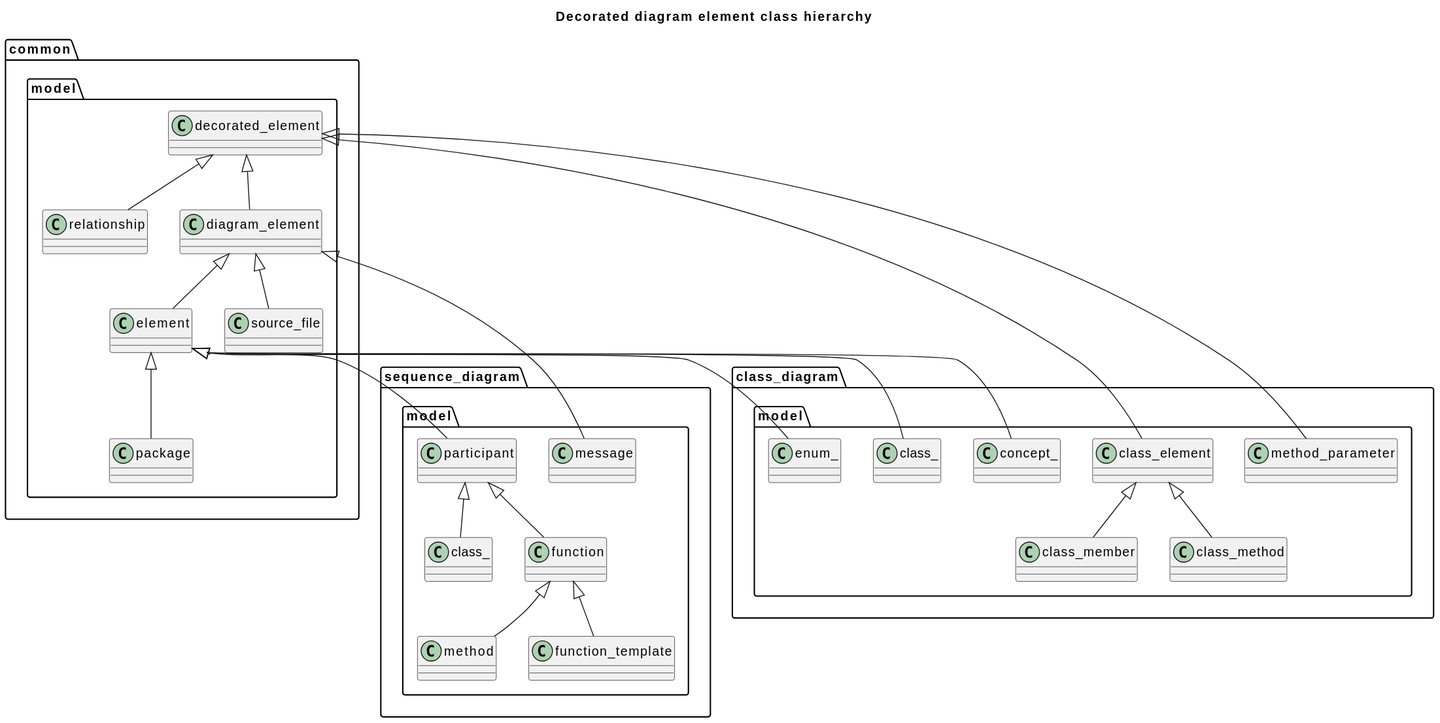
Before: clang-uml/diagrams/decorated_element_hierarchy_class.svg, a diagram exported from PlantUML (bkryza/clang-uml-examples).
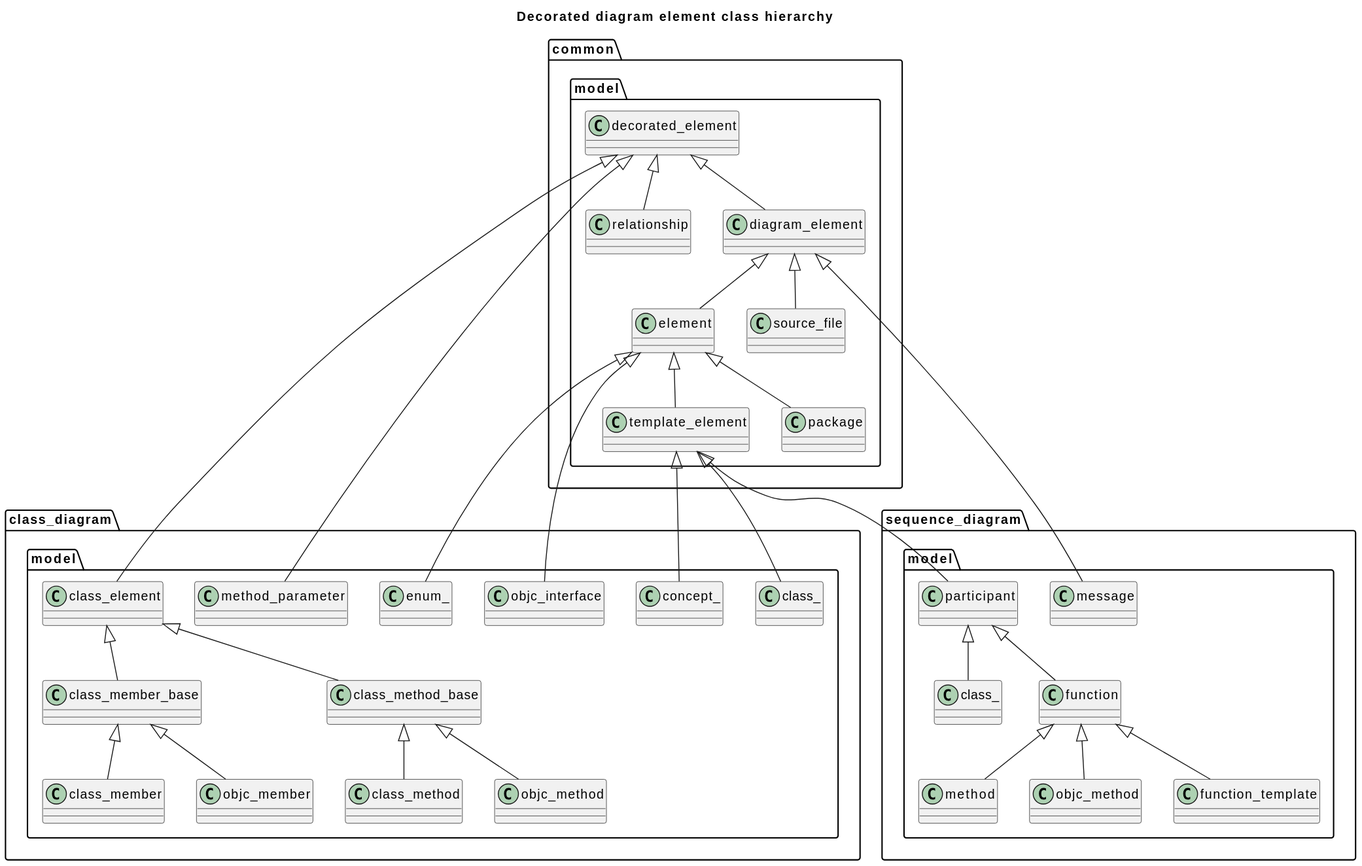
Above is the later version.

Change to the diagram source:
```diff
@@ -1,110 +1,145 @@
 @startuml
 title Decorated diagram element class hierarchy
-package [common] as C_0000316605034920222648 {
-package [model] as C_0000083721806430512831 {
-class "decorated_element" as C_0001117102382624673118
-class C_0001117102382624673118 [[classclanguml_1_1common_1_1model_1_1decorated__element.html{Base class for decorated diagram elements}]] {
+package [common] as C_0002532840279361781187 {
+package [model] as C_0000669774451444102653 {
+class "decorated_element" as C_0008936819060997384951
+class C_0008936819060997384951 [[classclanguml_1_1common_1_1model_1_1decorated__element.html{Base class for decorated diagram elements}]] {
 __
 }
-class "relationship" as C_0002046336758797367926
-class C_0002046336758797367926 [[classclanguml_1_1common_1_1model_1_1relationship.html{Class representing any relationship other than inheritance}]] {
+class "relationship" as C_0016370694070378943411
+class C_0016370694070378943411 [[classclanguml_1_1common_1_1model_1_1relationship.html{Class representing any relationship other than inheritance}]] {
 __
 }
-class "diagram_element" as C_0001073500714379115414
-class C_0001073500714379115414 [[classclanguml_1_1common_1_1model_1_1diagram__element.html{Base class for standalone diagram elements.}]] {
+class "diagram_element" as C_0008588005715032923314
+class C_0008588005715032923314 [[classclanguml_1_1common_1_1model_1_1diagram__element.html{Base class for standalone diagram elements.}]] {
 __
 }
-class "element" as C_0002069520381434407937
-class C_0002069520381434407937 [[classclanguml_1_1common_1_1model_1_1element.html{Base class for any element qualified by namespace.}]] {
+class "element" as C_0016556163051475263500
+class C_0016556163051475263500 [[classclanguml_1_1common_1_1model_1_1element.html{Base class for any element qualified by namespace.}]] {
 __
 }
-class "source_file" as C_0000785714713072053129
-class C_0000785714713072053129 [[classclanguml_1_1common_1_1model_1_1source__file.html{Diagram element representing some file or directory.}]] {
+class "template_element" as C_0013384831159811298387
+class C_0013384831159811298387 [[classclanguml_1_1common_1_1model_1_1template__element.html{Base class for any element qualified by namespace.}]] {
 __
 }
-class "package" as C_0002143286684830686854
-class C_0002143286684830686854 [[classclanguml_1_1common_1_1model_1_1package.html{Diagram element representing namespace or directory package}]] {
+class "source_file" as C_0006285717704576425038
+class C_0006285717704576425038 [[classclanguml_1_1common_1_1model_1_1source__file.html{Diagram element representing some file or directory.}]] {
+__
+}
+class "package" as C_0017146293478645494837
+class C_0017146293478645494837 [[classclanguml_1_1common_1_1model_1_1package.html{Diagram element representing namespace or directory package}]] {
 __
 }
 }
 }
-package [class_diagram] as C_0002240167036201725606 {
-package [model] as C_0000897124234964432620 {
-class "class_element" as C_0000605866861866358037
-class C_0000605866861866358037 [[classclanguml_1_1class__diagram_1_1model_1_1class__element.html{Base class for class elements (e.g. member or method).}]] {
+package [class_diagram] as C_0017921336289613804855 {
+package [model] as C_0007176993879715460962 {
+class "class_element" as C_0004846934894930864299
+class C_0004846934894930864299 [[classclanguml_1_1class__diagram_1_1model_1_1class__element.html{Base class for class elements (e.g. member or method).}]] {
 __
 }
-class "class_member" as C_0001796282762108527255
-class C_0001796282762108527255 [[classclanguml_1_1class__diagram_1_1model_1_1class__member.html{Class member model.}]] {
+class "class_member_base" as C_0014241292626575163322
+class C_0014241292626575163322 [[classclanguml_1_1class__diagram_1_1model_1_1class__member__base.html{Generic class member model.}]] {
 __
 }
-class "method_parameter" as C_0000605669033368926050
-class C_0000605669033368926050 [[classclanguml_1_1class__diagram_1_1model_1_1method__parameter.html{Model of a method parameter.}]] {
+class "class_member" as C_0014370262096868218046
+class C_0014370262096868218046 [[classclanguml_1_1class__diagram_1_1model_1_1class__member.html{Class member model.}]] {
 __
 }
-class "class_method" as C_0000204145716468348671
-class C_0000204145716468348671 [[classclanguml_1_1class__diagram_1_1model_1_1class__method.html{Class method model.}]] {
+class "method_parameter" as C_0004845352266951408403
+class C_0004845352266951408403 [[classclanguml_1_1class__diagram_1_1model_1_1method__parameter.html{Model of a method parameter.}]] {
 __
 }
-class "class_" as C_0001292034357466653182
-class C_0001292034357466653182 [[classclanguml_1_1class__diagram_1_1model_1_1class__.html{Diagram element representing a class or class template.}]] {
+class "class_method_base" as C_0018032026899693266441
+class C_0018032026899693266441 [[classclanguml_1_1class__diagram_1_1model_1_1class__method__base.html{Class method model.}]] {
 __
 }
-class "enum_" as C_0000724392977093650506
-class C_0000724392977093650506 [[classclanguml_1_1class__diagram_1_1model_1_1enum__.html{enum_}]] {
+class "class_method" as C_0001633165731746789371
+class C_0001633165731746789371 [[classclanguml_1_1class__diagram_1_1model_1_1class__method.html{Class method model.}]] {
 __
 }
-class "concept_" as C_0001374849051752224500
-class C_0001374849051752224500 [[classclanguml_1_1class__diagram_1_1model_1_1concept__.html{Model of C++ concept.}]] {
+class "class_" as C_0010336274859733225462
+class C_0010336274859733225462 [[classclanguml_1_1class__diagram_1_1model_1_1class__.html{Diagram element representing a class or class template.}]] {
+__
+}
+class "concept_" as C_0010998792414017796003
+class C_0010998792414017796003 [[classclanguml_1_1class__diagram_1_1model_1_1concept__.html{Model of C++ concept.}]] {
+__
+}
+class "enum_" as C_0005795143816749204050
+class C_0005795143816749204050 [[classclanguml_1_1class__diagram_1_1model_1_1enum__.html{Diagram element representing an enum.}]] {
+__
+}
+class "objc_member" as C_0007364672229966928495
+class C_0007364672229966928495 [[classclanguml_1_1class__diagram_1_1model_1_1objc__member.html{ObjC class member model.}]] {
+__
+}
+class "objc_method" as C_0002175636676684225778
+class C_0002175636676684225778 [[classclanguml_1_1class__diagram_1_1model_1_1objc__method.html{ObjC class method model.}]] {
+__
+}
+class "objc_interface" as C_0010166346108406727066
+class C_0010166346108406727066 [[classclanguml_1_1class__diagram_1_1model_1_1objc__interface.html{Diagram element representing an ObjC interface.}]] {
 __
 }
 }
 }
-package [sequence_diagram] as C_0001521862840957629236 {
-package [model] as C_0002206969880830639264 {
-class "participant" as C_0001400215772842495226
-class C_0001400215772842495226 [[structclanguml_1_1sequence__diagram_1_1model_1_1participant.html{Base class for various types of sequence diagram participants}]] {
+package [sequence_diagram] as C_0012174902727661033893 {
+package [model] as C_0017655759046645114118 {
+class "participant" as C_0011201726182739961811
+class C_0011201726182739961811 [[structclanguml_1_1sequence__diagram_1_1model_1_1participant.html{Base class for various types of sequence diagram participants}]] {
 __
 }
-class "class_" as C_0000885514871619471610
-class C_0000885514871619471610 [[structclanguml_1_1sequence__diagram_1_1model_1_1class__.html{Sequence diagram participant representing a class.}]] {
+class "class_" as C_0007084118972955772881
+class C_0007084118972955772881 [[structclanguml_1_1sequence__diagram_1_1model_1_1class__.html{Sequence diagram participant representing a class.}]] {
 __
 }
-class "function" as C_0000232638456031681828
-class C_0000232638456031681828 [[structclanguml_1_1sequence__diagram_1_1model_1_1function.html{Participant mode representing a free function.}]] {
+class "function" as C_0001861107648253454629
+class C_0001861107648253454629 [[structclanguml_1_1sequence__diagram_1_1model_1_1function.html{Participant mode representing a free function.}]] {
 __
 }
-class "method" as C_0000817665972547784504
-class C_0000817665972547784504 [[structclanguml_1_1sequence__diagram_1_1model_1_1method.html{Participant model representing a method}]] {
+class "method" as C_0006541327780382276039
+class C_0006541327780382276039 [[structclanguml_1_1sequence__diagram_1_1model_1_1method.html{Participant model representing a method}]] {
 __
 }
-class "function_template" as C_0002280191967493310558
-class C_0002280191967493310558 [[structclanguml_1_1sequence__diagram_1_1model_1_1function__template.html{Participant model representing a function template.}]] {
+class "objc_method" as C_0013742559556936917396
+class C_0013742559556936917396 [[structclanguml_1_1sequence__diagram_1_1model_1_1objc__method.html{objc_method}]] {
 __
 }
-class "message" as C_0002228653068706235818
-class C_0002228653068706235818 [[classclanguml_1_1sequence__diagram_1_1model_1_1message.html{Model of a sequence diagram message.}]] {
+class "function_template" as C_0018241535739946484465
+class C_0018241535739946484465 [[structclanguml_1_1sequence__diagram_1_1model_1_1function__template.html{Participant model representing a function template.}]] {
+__
+}
+class "message" as C_0017829224549649886549
+class C_0017829224549649886549 [[classclanguml_1_1sequence__diagram_1_1model_1_1message.html{Model of a sequence diagram message.}]] {
 __
 }
 }
 }
-C_0001117102382624673118 <|-- C_0002046336758797367926
-C_0001117102382624673118 <|-- C_0001073500714379115414
-C_0001073500714379115414 <|-- C_0002069520381434407937
-C_0001073500714379115414 <|-- C_0000785714713072053129
-C_0002069520381434407937 <|-- C_0002143286684830686854
-C_0001117102382624673118 <|-- C_0000605866861866358037
-C_0000605866861866358037 <|-- C_0001796282762108527255
-C_0001117102382624673118 <|-- C_0000605669033368926050
-C_0000605866861866358037 <|-- C_0000204145716468348671
-C_0002069520381434407937 <|-- C_0001292034357466653182
-C_0002069520381434407937 <|-- C_0000724392977093650506
-C_0002069520381434407937 <|-- C_0001374849051752224500
-C_0002069520381434407937 <|-- C_0001400215772842495226
-C_0001400215772842495226 <|-- C_0000885514871619471610
-C_0001400215772842495226 <|-- C_0000232638456031681828
-C_0000232638456031681828 <|-- C_0000817665972547784504
-C_0000232638456031681828 <|-- C_0002280191967493310558
-C_0001073500714379115414 <|-- C_0002228653068706235818
+C_0008936819060997384951 <|-- C_0016370694070378943411
+C_0008936819060997384951 <|-- C_0008588005715032923314
+C_0008588005715032923314 <|-- C_0016556163051475263500
+C_0016556163051475263500 <|-- C_0013384831159811298387
+C_0008588005715032923314 <|-- C_0006285717704576425038
+C_0016556163051475263500 <|-- C_0017146293478645494837
+C_0008936819060997384951 <|-- C_0004846934894930864299
+C_0004846934894930864299 <|-- C_0014241292626575163322
+C_0014241292626575163322 <|-- C_0014370262096868218046
+C_0008936819060997384951 <|-- C_0004845352266951408403
+C_0004846934894930864299 <|-- C_0018032026899693266441
+C_0018032026899693266441 <|-- C_0001633165731746789371
+C_0013384831159811298387 <|-- C_0010336274859733225462
+C_0013384831159811298387 <|-- C_0010998792414017796003
+C_0016556163051475263500 <|-- C_0005795143816749204050
+C_0014241292626575163322 <|-- C_0007364672229966928495
+C_0018032026899693266441 <|-- C_0002175636676684225778
+C_0016556163051475263500 <|-- C_0010166346108406727066
+C_0013384831159811298387 <|-- C_0011201726182739961811
+C_0011201726182739961811 <|-- C_0007084118972955772881
+C_0011201726182739961811 <|-- C_0001861107648253454629
+C_0001861107648253454629 <|-- C_0006541327780382276039
+C_0001861107648253454629 <|-- C_0013742559556936917396
+C_0001861107648253454629 <|-- C_0018241535739946484465
+C_0008588005715032923314 <|-- C_0017829224549649886549
 
 @enduml
```
